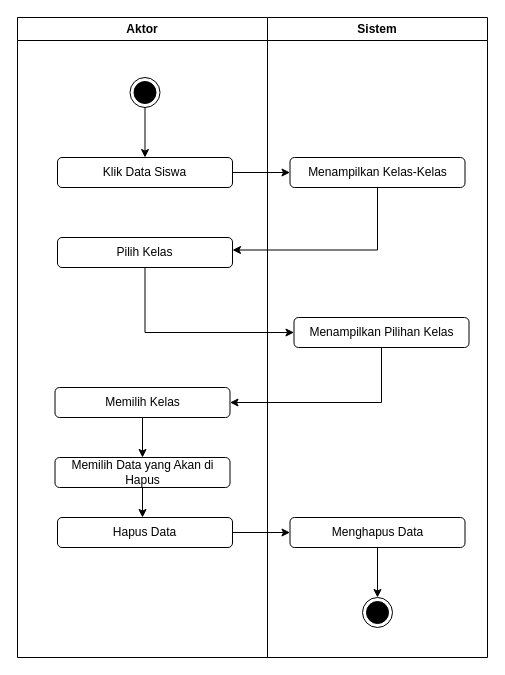
Above: Cross Functional Hapus Data Siswa.drawio in XxGembelxX/Rancangan_KP (draw.io), before the change. Source tidied: cells renumbered, new cells numbered last; positions are measured from the earlier drawing's top-left corner, leaving out a move shared by most shapes. Both pictures are drawn from the tidied source at 100%, with x=0, y=0 at pixel (17, 17).
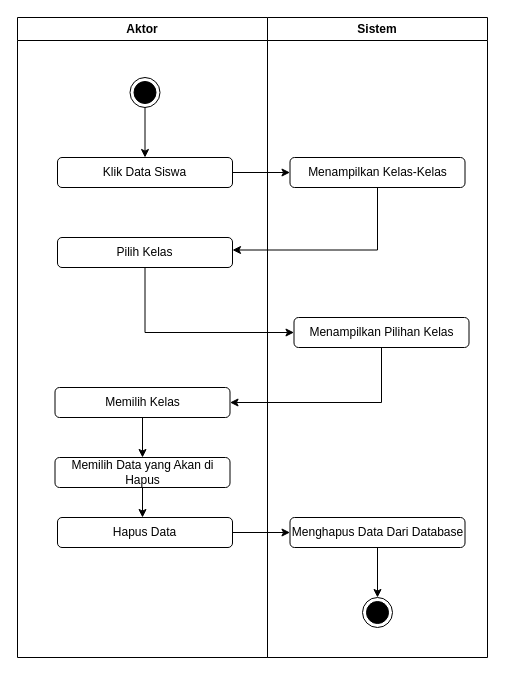
The same diagram, later.

Unchanged cells that the change refers to:
```xml
<mxCell id="13" value="Sistem" style="swimlane;whiteSpace=wrap;html=1;" parent="1" vertex="1">
  <mxGeometry x="250" width="220" height="640" as="geometry" />
</mxCell>
```

What changed in the source:
```diff
@@
-    <mxCell id="17" value="Menghapus Data" style="rounded=1;whiteSpace=wrap;html=1;" parent="13" vertex="1">
+    <mxCell id="17" value="Menghapus Data Dari Database" style="rounded=1;whiteSpace=wrap;html=1;" parent="13" vertex="1">
       <mxGeometry x="22.5" y="500" width="175" height="30" as="geometry" />
     </mxCell>
```
